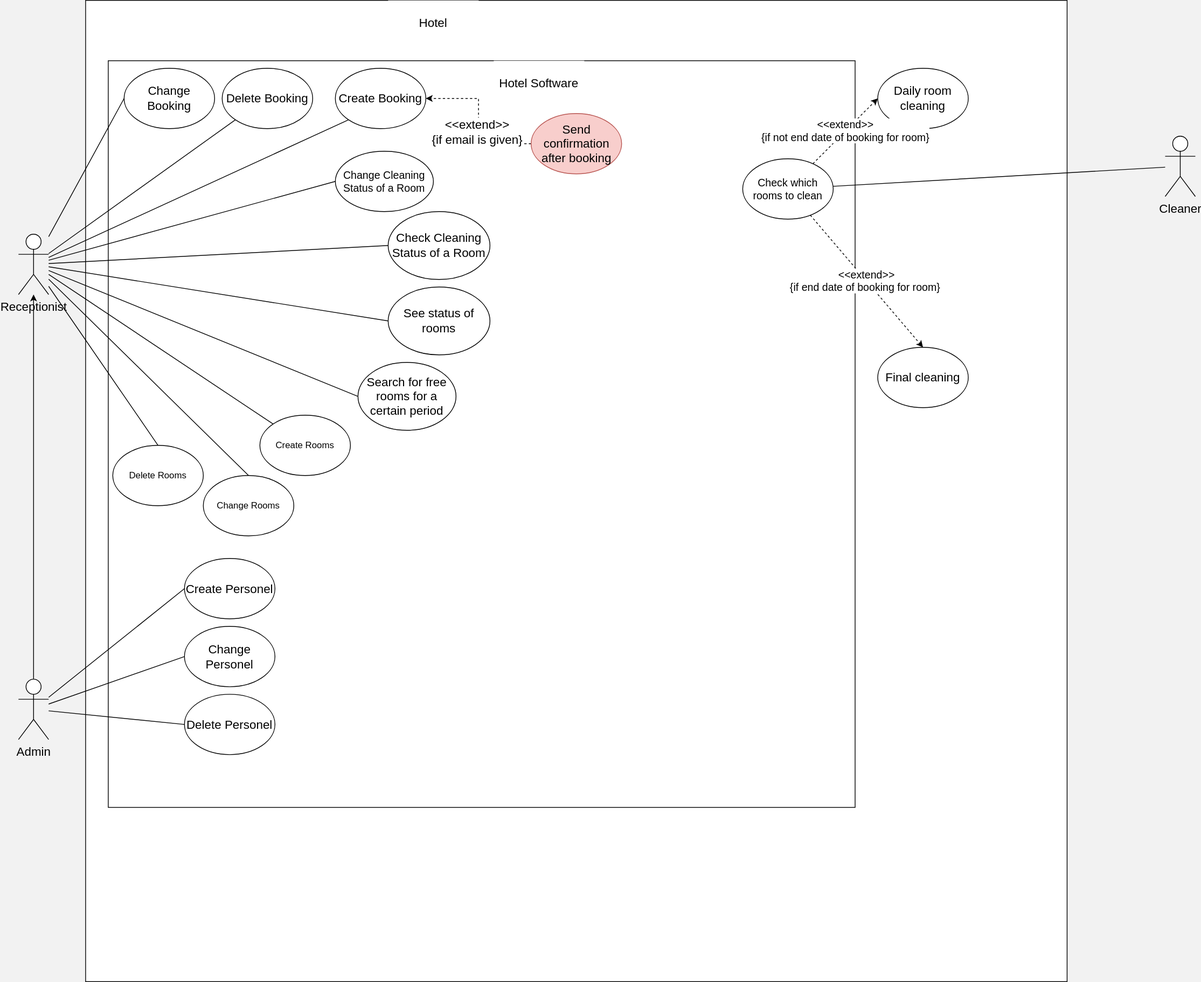
This is use_case_diagram.drawio.svg from N4ims/hotel-system, a draw.io export, as it was before one commit. Source tidied: cells renumbered, new cells last; positions are measured from the earlier drawing's top-left corner, leaving out a move shared by most shapes.
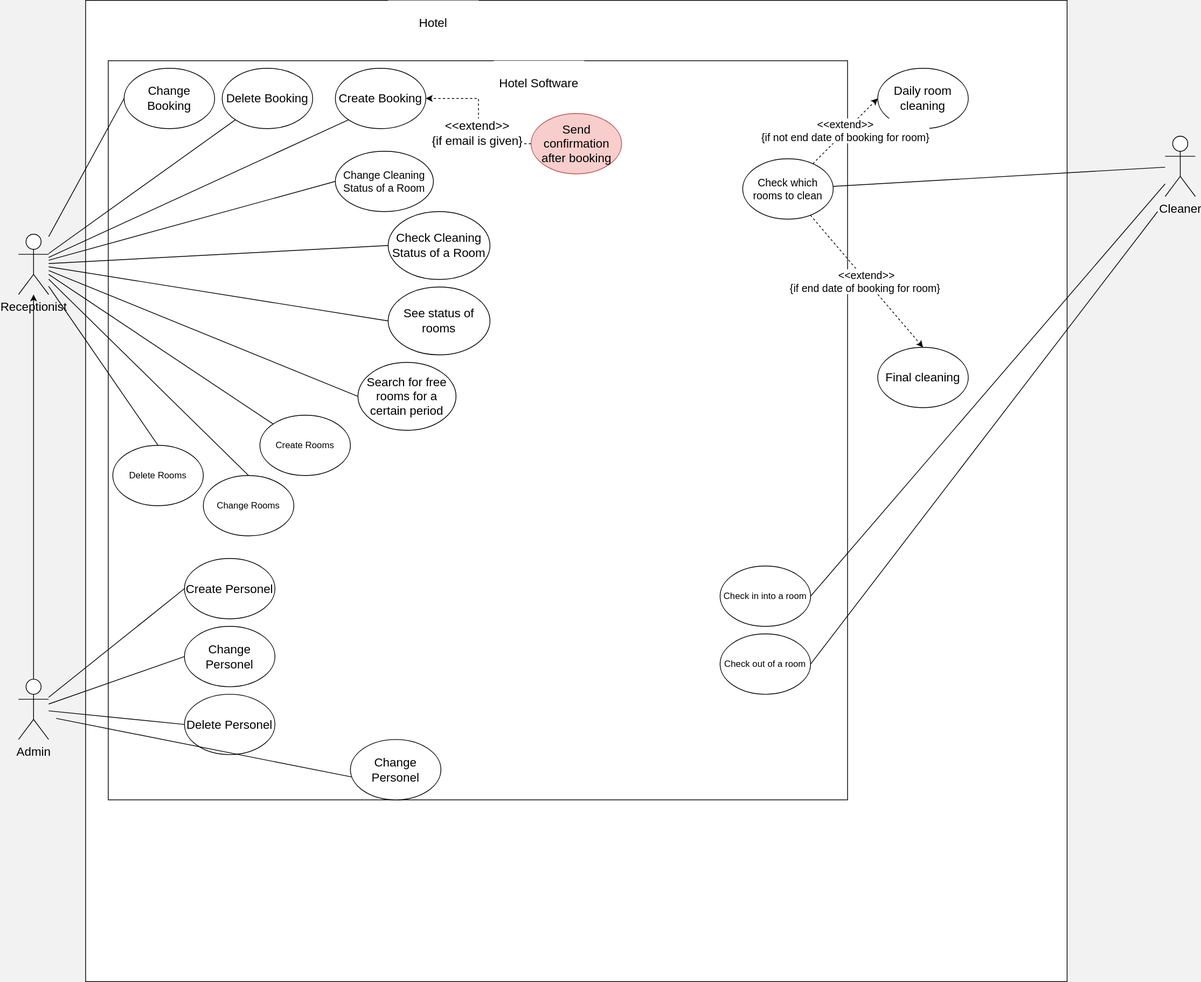
The same file after the commit.

Change to the diagram source:
```diff
@@ -6,7 +6,7 @@
       <mxGeometry x="89" width="1301" height="1301" as="geometry" />
     </mxCell>
     <mxCell id="3" style="whiteSpace=wrap;html=1;align=center;flipV=1;flipH=1;" parent="1" vertex="1">
-      <mxGeometry x="119" y="80" width="990" height="990" as="geometry" />
+      <mxGeometry x="119" y="80" width="980" height="980" as="geometry" />
     </mxCell>
     <mxCell id="4" value="&lt;font style=&quot;font-size: 16px&quot;&gt;Hotel Software&lt;/font&gt;" style="rounded=0;whiteSpace=wrap;html=1;fillColor=default;strokeColor=none;" parent="1" vertex="1">
       <mxGeometry x="630" y="80" width="120" height="60" as="geometry" />
@@ -131,5 +131,27 @@
     <mxCell id="44" value="Delete Rooms" style="ellipse;whiteSpace=wrap;html=1;" parent="1" vertex="1">
       <mxGeometry x="125" y="590" width="120" height="80" as="geometry" />
     </mxCell>
+    <mxCell id="45" style="edgeStyle=none;rounded=0;jettySize=auto;html=1;entryX=0.666;entryY=0.03;entryDx=0;entryDy=0;fontSize=14;endArrow=none;endFill=0;entryPerimeter=0;" parent="1" edge="1" target="3">
+      <mxGeometry relative="1" as="geometry">
+        <mxPoint x="50" y="952" as="sourcePoint" />
+      </mxGeometry>
+    </mxCell>
+    <mxCell id="46" value="Change Personel" style="ellipse;whiteSpace=wrap;html=1;fontSize=16;" parent="1" vertex="1">
+      <mxGeometry x="440" y="980" width="120" height="80" as="geometry" />
+    </mxCell>
+    <mxCell id="47" value="Check in into a room" style="ellipse;whiteSpace=wrap;html=1;" parent="1" vertex="1">
+      <mxGeometry x="930" y="750" width="120" height="80" as="geometry" />
+    </mxCell>
+    <mxCell id="48" value="Check out of a room" style="ellipse;whiteSpace=wrap;html=1;" parent="1" vertex="1">
+      <mxGeometry x="930" y="840" width="120" height="80" as="geometry" />
+    </mxCell>
+    <mxCell id="49" style="endArrow=none;html=1;rounded=0;exitX=1;exitY=0.5;exitDx=0;exitDy=0;" parent="1" edge="1" source="47" target="32">
+      <mxGeometry relative="1" as="geometry" />
+    </mxCell>
+    <mxCell id="50" style="endArrow=none;html=1;rounded=0;exitX=1;exitY=0.5;exitDx=0;exitDy=0;" parent="1" edge="1" source="48">
+      <mxGeometry relative="1" as="geometry">
+        <mxPoint x="1510" y="280" as="targetPoint" />
+      </mxGeometry>
+    </mxCell>
   </root>
 </mxGraphModel>
```
